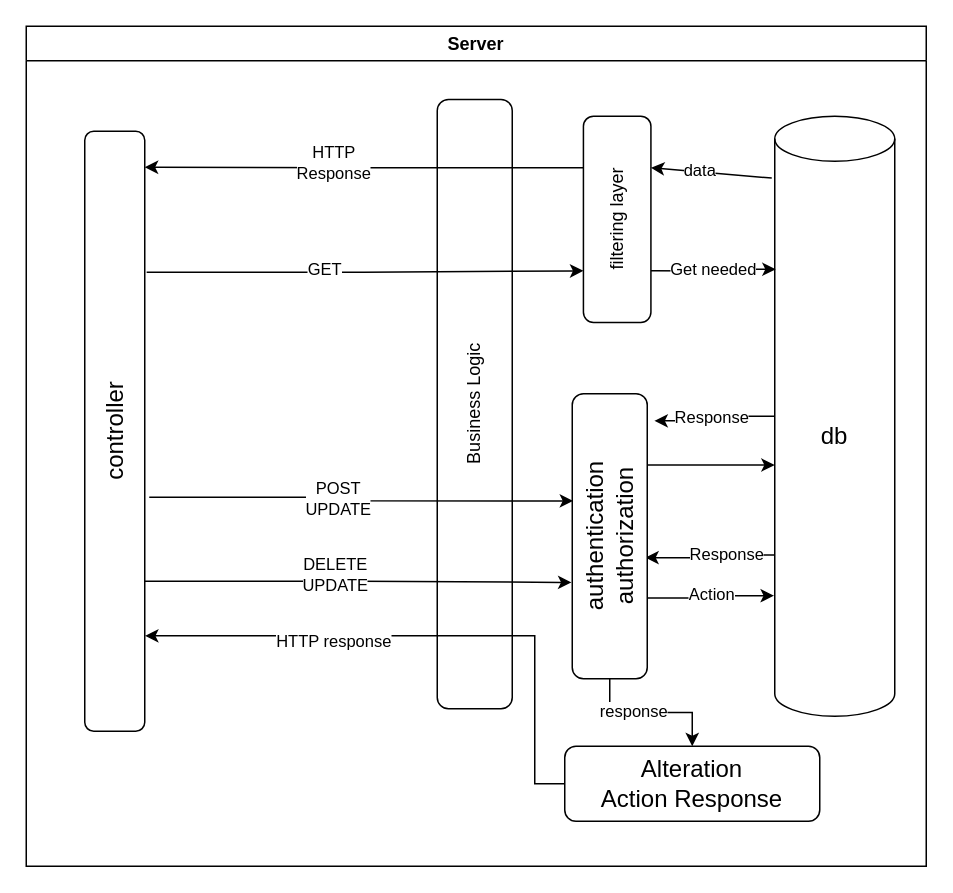
Before: etc/imgs/system-desgin.drawio in Abdullah-Khawahir/clinics-schedules, a draw.io diagram. Source tidied: cells renumbered, new cells numbered last; positions are measured from the earlier drawing's top-left corner, leaving out a move shared by most shapes. Both pictures are drawn from the tidied source at 150%, with x=0, y=0 at pixel (-186, 26).
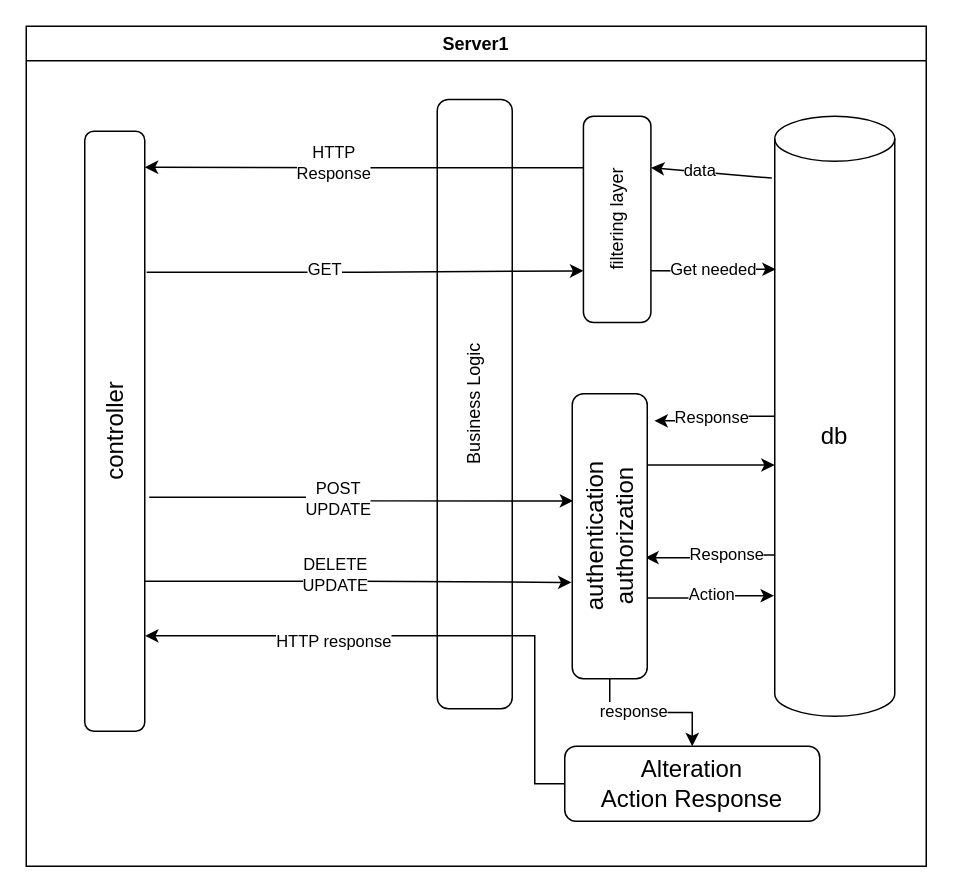
After the change.

The edit, as a diff of the source:
```diff
@@
-    <mxCell id="31" value="Server" style="swimlane;whiteSpace=wrap;html=1;" parent="1" vertex="1">
+    <mxCell id="31" value="&lt;div&gt;Server1&lt;/div&gt;" style="swimlane;whiteSpace=wrap;html=1;" parent="1" vertex="1">
       <mxGeometry x="141" width="600" height="560" as="geometry" />
     </mxCell>
```
